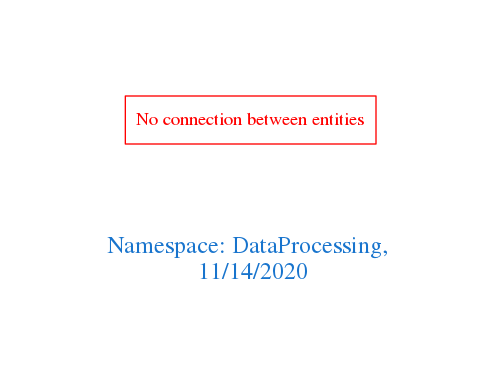
arago/OGIT keeps this Graphviz diagram as downloads/DataProcessing.png. Above is the earlier version. Its source is kept beside it as downloads/DataProcessing.dot.
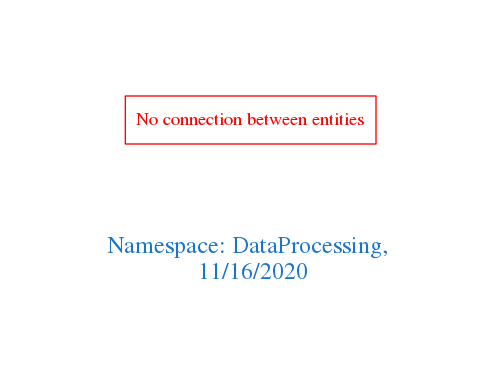
The same diagram one commit later.

The edit, as a diff of the source:
```diff
@@ -1,7 +1,7 @@
 digraph OGIT_ontology {
  graph [ rankdir= LR,pad=1
 fontsize = 18,
-fontcolor= dodgerblue3,label = "\n\n\nNamespace: DataProcessing, \n 11/14/2020"];
+fontcolor= dodgerblue3,label = "\n\n\nNamespace: DataProcessing, \n 11/16/2020"];
 node[shape=polygon];
 edge [  color="gray81"];
 
```
